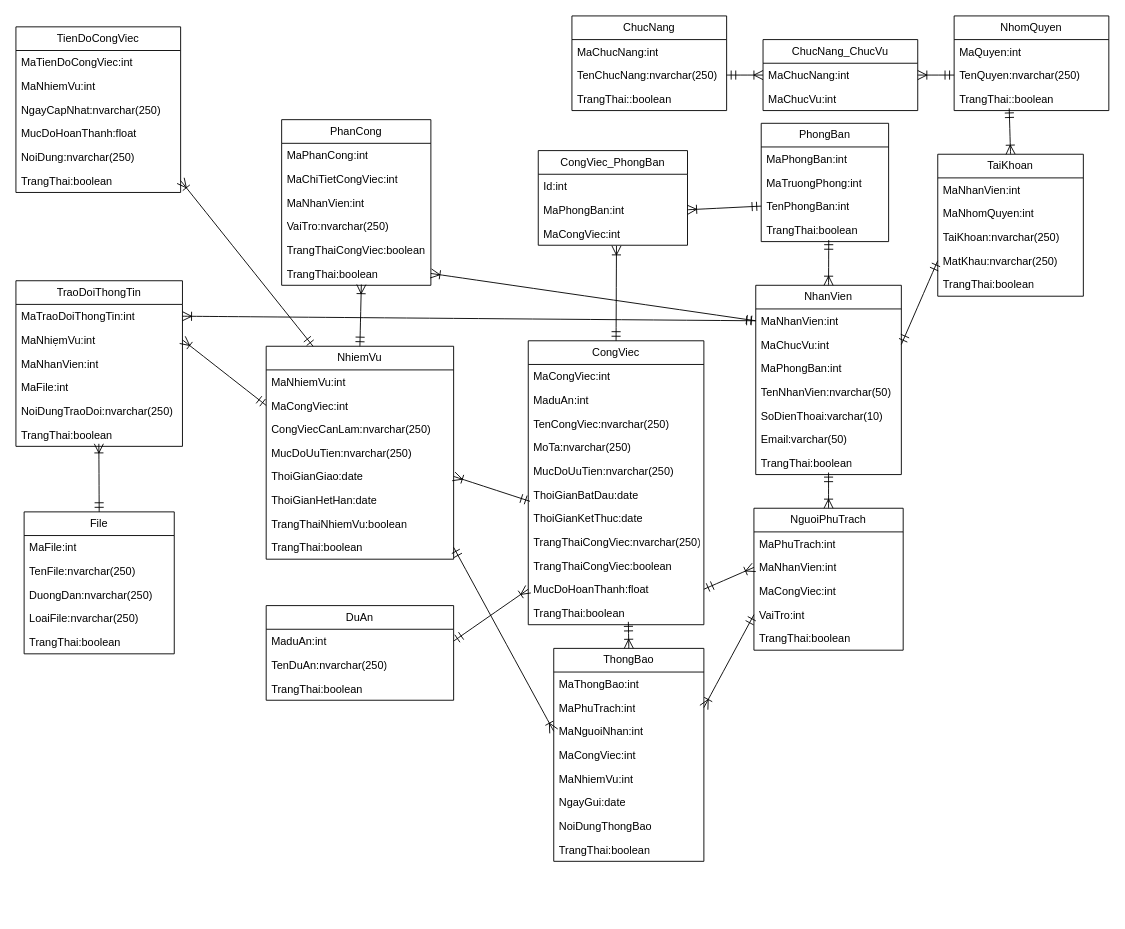
maivantai2003/vercelDemo keeps this draw.io diagram as new dacn+.net.drawio. Above is the earlier version. Source tidied: cells renumbered, new cells numbered last; positions are measured from the earlier drawing's top-left corner, leaving out a move shared by most shapes. Both pictures are drawn from the tidied source at 91%, with x=0, y=0 at pixel (15, 15).
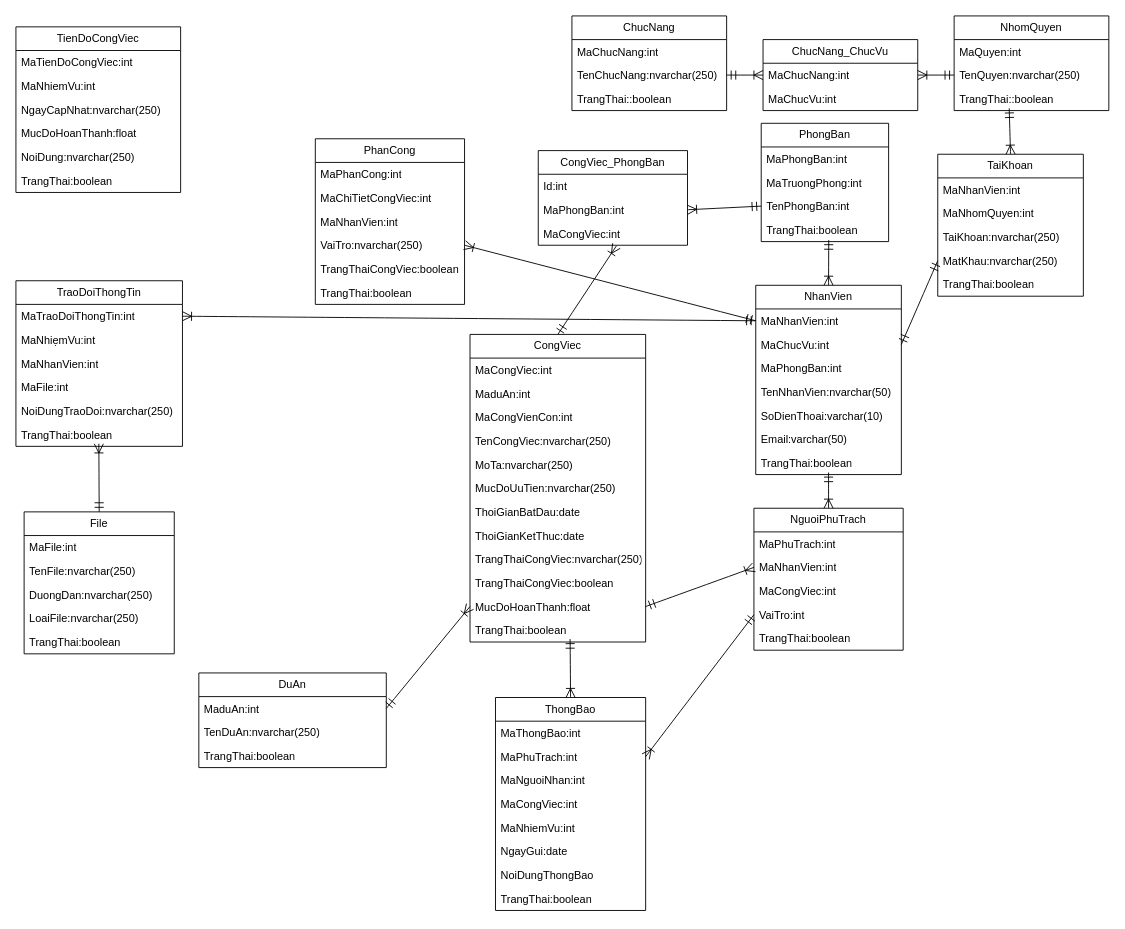
The same page after the edit.

Commit message (it also covers changes not shown here):
Cập nhật new dacn+.net.drawio

Unchanged cells that the change refers to:
```xml
<mxCell id="46" value="MaNhanVien:int" style="text;strokeColor=none;fillColor=none;align=left;verticalAlign=top;spacingLeft=4;spacingRight=4;overflow=hidden;points=[[0,0.5],[1,0.5]];portConstraint=eastwest;whiteSpace=wrap;html=1;" parent="45" vertex="1">
  <mxGeometry y="26" width="160" height="26" as="geometry" />
</mxCell>
<mxCell id="70" value="VaiTro:nvarchar(250)" style="text;strokeColor=none;fillColor=none;align=left;verticalAlign=top;spacingLeft=4;spacingRight=4;overflow=hidden;points=[[0,0.5],[1,0.5]];portConstraint=eastwest;whiteSpace=wrap;html=1;" parent="66" vertex="1">
  <mxGeometry y="104" width="164" height="26" as="geometry" />
</mxCell>
<mxCell id="72" value="TrangThai:boolean" style="text;strokeColor=none;fillColor=none;align=left;verticalAlign=top;spacingLeft=4;spacingRight=4;overflow=hidden;points=[[0,0.5],[1,0.5]];portConstraint=eastwest;whiteSpace=wrap;html=1;" parent="66" vertex="1">
  <mxGeometry y="156" width="164" height="26" as="geometry" />
</mxCell>
<mxCell id="85" value="MaNhiẹmVu:int" style="text;strokeColor=none;fillColor=none;align=left;verticalAlign=top;spacingLeft=4;spacingRight=4;overflow=hidden;points=[[0,0.5],[1,0.5]];portConstraint=eastwest;whiteSpace=wrap;html=1;" parent="83" vertex="1">
  <mxGeometry y="52" width="183" height="26" as="geometry" />
</mxCell>
<mxCell id="105" value="TrangThai:boolean" style="text;strokeColor=none;fillColor=none;align=left;verticalAlign=top;spacingLeft=4;spacingRight=4;overflow=hidden;points=[[0,0.5],[1,0.5]];portConstraint=eastwest;whiteSpace=wrap;html=1;" parent="99" vertex="1">
  <mxGeometry y="156" width="181" height="26" as="geometry" />
</mxCell>
<mxCell id="110" value="MaNguoiNhan:int" style="text;strokeColor=none;fillColor=none;align=left;verticalAlign=top;spacingLeft=4;spacingRight=4;overflow=hidden;points=[[0,0.5],[1,0.5]];portConstraint=eastwest;whiteSpace=wrap;html=1;" parent="107" vertex="1">
  <mxGeometry y="78" width="165" height="26" as="geometry" />
</mxCell>
```

Change to the diagram source:
```diff
@@
     <mxCell id="14" value="CongViec" style="swimlane;fontStyle=0;horizontal=1;startSize=26;fillColor=none;whiteSpace=wrap;html=1;" parent="1" vertex="1">
-      <mxGeometry x="563" y="357" width="193" height="312" as="geometry" />
+      <mxGeometry x="499" y="350" width="193" height="338" as="geometry" />
     </mxCell>
@@
+    <mxCell id="124" value="MaCongVienCon:int" style="text;strokeColor=none;fillColor=none;align=left;verticalAlign=top;spacingLeft=4;spacingRight=4;overflow=hidden;whiteSpace=wrap;html=1;" parent="14" vertex="1">
+      <mxGeometry y="78" width="193" height="26" as="geometry" />
+    </mxCell>
     <mxCell id="17" value="TenCongViec:nvarchar(250)" style="text;strokeColor=none;fillColor=none;align=left;verticalAlign=top;spacingLeft=4;spacingRight=4;overflow=hidden;whiteSpace=wrap;html=1;" parent="14" vertex="1">
-      <mxGeometry y="78" width="193" height="26" as="geometry" />
+      <mxGeometry y="104" width="193" height="26" as="geometry" />
     </mxCell>
     <mxCell id="18" value="MoTa:nvarchar(250)" style="text;strokeColor=none;fillColor=none;align=left;verticalAlign=top;spacingLeft=4;spacingRight=4;overflow=hidden;whiteSpace=wrap;html=1;" parent="14" vertex="1">
-      <mxGeometry y="104" width="193" height="26" as="geometry" />
+      <mxGeometry y="130" width="193" height="26" as="geometry" />
     </mxCell>
     <mxCell id="19" value="MucDoUuTien:nvarchar(250)" style="text;strokeColor=none;fillColor=none;align=left;verticalAlign=top;spacingLeft=4;spacingRight=4;overflow=hidden;whiteSpace=wrap;html=1;" parent="14" vertex="1">
-      <mxGeometry y="130" width="193" height="26" as="geometry" />
+      <mxGeometry y="156" width="193" height="26" as="geometry" />
     </mxCell>
     <mxCell id="20" value="ThoiGianBatDau:date" style="text;strokeColor=none;fillColor=none;align=left;verticalAlign=top;spacingLeft=4;spacingRight=4;overflow=hidden;points=[[0,0.5],[1,0.5]];portConstraint=eastwest;whiteSpace=wrap;html=1;" parent="14" vertex="1">
-      <mxGeometry y="156" width="193" height="26" as="geometry" />
+      <mxGeometry y="182" width="193" height="26" as="geometry" />
     </mxCell>
     <mxCell id="21" value="ThoiGianKetThuc:date" style="text;strokeColor=none;fillColor=none;align=left;verticalAlign=top;spacingLeft=4;spacingRight=4;overflow=hidden;whiteSpace=wrap;html=1;" parent="14" vertex="1">
-      <mxGeometry y="182" width="193" height="26" as="geometry" />
+      <mxGeometry y="208" width="193" height="26" as="geometry" />
     </mxCell>
     <mxCell id="22" value="TrangThaiCongViec:nvarchar(250)" style="text;strokeColor=none;fillColor=none;align=left;verticalAlign=top;spacingLeft=4;spacingRight=4;overflow=hidden;whiteSpace=wrap;html=1;" parent="14" vertex="1">
-      <mxGeometry y="208" width="193" height="26" as="geometry" />
+      <mxGeometry y="234" width="193" height="26" as="geometry" />
     </mxCell>
     <mxCell id="23" value="TrangThaiCongViec:boolean" style="text;strokeColor=none;fillColor=none;align=left;verticalAlign=top;spacingLeft=4;spacingRight=4;overflow=hidden;whiteSpace=wrap;html=1;" parent="14" vertex="1">
-      <mxGeometry y="234" width="193" height="26" as="geometry" />
+      <mxGeometry y="260" width="193" height="26" as="geometry" />
     </mxCell>
     <mxCell id="24" value="MucDoHoanThanh:float" style="text;strokeColor=none;fillColor=none;align=left;verticalAlign=top;spacingLeft=4;spacingRight=4;overflow=hidden;points=[[0,0.5],[1,0.5]];portConstraint=eastwest;whiteSpace=wrap;html=1;" parent="14" vertex="1">
-      <mxGeometry y="260" width="193" height="26" as="geometry" />
+      <mxGeometry y="286" width="193" height="26" as="geometry" />
     </mxCell>
     <mxCell id="25" value="TrangThai:boolean" style="text;strokeColor=none;fillColor=none;align=left;verticalAlign=top;spacingLeft=4;spacingRight=4;overflow=hidden;points=[[0,0.5],[1,0.5]];portConstraint=eastwest;whiteSpace=wrap;html=1;" parent="14" vertex="1">
-      <mxGeometry y="286" width="193" height="26" as="geometry" />
+      <mxGeometry y="312" width="193" height="26" as="geometry" />
     </mxCell>
@@
-    <mxCell id="56" value="NhiemVu" style="swimlane;fontStyle=0;horizontal=1;startSize=26;fillColor=none;whiteSpace=wrap;html=1;" parent="1" vertex="1">
-      <mxGeometry x="275" y="363" width="206" height="234" as="geometry" />
-    </mxCell>
-    <mxCell id="57" value="MaNhiemVu:int" style="text;strokeColor=none;fillColor=none;align=left;verticalAlign=top;spacingLeft=4;spacingRight=4;overflow=hidden;whiteSpace=wrap;html=1;" parent="56" vertex="1">
-      <mxGeometry y="26" width="206" height="26" as="geometry" />
-    </mxCell>
-    <mxCell id="58" value="MaCongViec:int" style="text;strokeColor=none;fillColor=none;align=left;verticalAlign=top;spacingLeft=4;spacingRight=4;overflow=hidden;points=[[0,0.5],[1,0.5]];portConstraint=eastwest;whiteSpace=wrap;html=1;" parent="56" vertex="1">
-      <mxGeometry y="52" width="206" height="26" as="geometry" />
-    </mxCell>
-    <mxCell id="59" value="CongViecCanLam:nvarchar(250)" style="text;strokeColor=none;fillColor=none;align=left;verticalAlign=top;spacingLeft=4;spacingRight=4;overflow=hidden;whiteSpace=wrap;html=1;" parent="56" vertex="1">
-      <mxGeometry y="78" width="206" height="26" as="geometry" />
-    </mxCell>
-    <mxCell id="60" value="MucDoUuTien:nvarchar(250)" style="text;strokeColor=none;fillColor=none;align=left;verticalAlign=top;spacingLeft=4;spacingRight=4;overflow=hidden;whiteSpace=wrap;html=1;" parent="56" vertex="1">
-      <mxGeometry y="104" width="206" height="26" as="geometry" />
-    </mxCell>
-    <mxCell id="61" value="ThoiGianGiao:date" style="text;strokeColor=none;fillColor=none;align=left;verticalAlign=top;spacingLeft=4;spacingRight=4;overflow=hidden;points=[[0,0.5],[1,0.5]];portConstraint=eastwest;whiteSpace=wrap;html=1;" parent="56" vertex="1">
-      <mxGeometry y="130" width="206" height="26" as="geometry" />
-    </mxCell>
-    <mxCell id="62" value="ThoiGianHetHan:date" style="text;strokeColor=none;fillColor=none;align=left;verticalAlign=top;spacingLeft=4;spacingRight=4;overflow=hidden;whiteSpace=wrap;html=1;" parent="56" vertex="1">
-      <mxGeometry y="156" width="206" height="26" as="geometry" />
-    </mxCell>
-    <mxCell id="63" value="TrangThaiNhiemVu:boolean" style="text;strokeColor=none;fillColor=none;align=left;verticalAlign=top;spacingLeft=4;spacingRight=4;overflow=hidden;whiteSpace=wrap;html=1;" parent="56" vertex="1">
-      <mxGeometry y="182" width="206" height="26" as="geometry" />
-    </mxCell>
-    <mxCell id="64" value="TrangThai:boolean" style="text;strokeColor=none;fillColor=none;align=left;verticalAlign=top;spacingLeft=4;spacingRight=4;overflow=hidden;points=[[0,0.5],[1,0.5]];portConstraint=eastwest;whiteSpace=wrap;html=1;" parent="56" vertex="1">
-      <mxGeometry y="208" width="206" height="26" as="geometry" />
-    </mxCell>
-    <mxCell id="65" style="edgeStyle=none;curved=1;rounded=0;jettySize=auto;html=1;exitX=1;exitY=0.5;exitDx=0;exitDy=0;entryX=0.01;entryY=0.785;entryDx=0;entryDy=0;entryPerimeter=0;fontSize=12;startSize=8;endSize=8;startArrow=ERoneToMany;startFill=0;endArrow=ERmandOne;endFill=0;" parent="1" edge="1" source="61" target="20">
-      <mxGeometry relative="1" as="geometry" />
-    </mxCell>
     <mxCell id="66" value="PhanCong" style="swimlane;fontStyle=0;horizontal=1;startSize=26;fillColor=none;whiteSpace=wrap;html=1;" parent="1" vertex="1">
-      <mxGeometry x="292" y="114" width="164" height="182" as="geometry" />
+      <mxGeometry x="329" y="135" width="164" height="182" as="geometry" />
     </mxCell>
@@
-    <mxCell id="73" style="edgeStyle=none;curved=1;rounded=0;jettySize=auto;html=1;exitX=1;exitY=0.5;exitDx=0;exitDy=0;entryX=0;entryY=0.5;entryDx=0;entryDy=0;fontSize=12;startSize=8;endSize=8;startArrow=ERoneToMany;startFill=0;endArrow=ERmandOne;endFill=0;" parent="1" edge="1" source="72" target="46">
+    <mxCell id="73" style="edgeStyle=none;curved=1;rounded=0;jettySize=auto;html=1;exitX=1;exitY=0.5;exitDx=0;exitDy=0;entryX=0;entryY=0.5;entryDx=0;entryDy=0;fontSize=12;startSize=8;endSize=8;startArrow=ERoneToMany;startFill=0;endArrow=ERmandOne;endFill=0;" parent="1" edge="1" source="70" target="46">
       <mxGeometry relative="1" as="geometry" />
     </mxCell>
-    <mxCell id="74" style="edgeStyle=none;curved=1;rounded=0;jettySize=auto;html=1;exitX=0.5;exitY=0;exitDx=0;exitDy=0;entryX=0.534;entryY=0.969;entryDx=0;entryDy=0;entryPerimeter=0;fontSize=12;startSize=8;endSize=8;endArrow=ERoneToMany;endFill=0;startArrow=ERmandOne;startFill=0;" parent="1" edge="1" source="56" target="72">
-      <mxGeometry relative="1" as="geometry" />
-    </mxCell>
@@
-    <mxCell id="96" style="edgeStyle=none;curved=1;rounded=0;jettySize=auto;html=1;exitX=1;exitY=0.5;exitDx=0;exitDy=0;entryX=0;entryY=0.5;entryDx=0;entryDy=0;fontSize=12;startSize=8;endSize=8;startArrow=ERoneToMany;startFill=0;endArrow=ERmandOne;endFill=0;" parent="1" edge="1" source="85" target="58">
-      <mxGeometry relative="1" as="geometry" />
-    </mxCell>
@@
-    <mxCell id="106" style="edgeStyle=none;curved=1;rounded=0;jettySize=auto;html=1;exitX=1;exitY=0.5;exitDx=0;exitDy=0;entryX=0.25;entryY=0;entryDx=0;entryDy=0;fontSize=12;startSize=8;endSize=8;startArrow=ERoneToMany;startFill=0;endArrow=ERmandOne;endFill=0;" parent="1" edge="1" source="105" target="56">
-      <mxGeometry relative="1" as="geometry" />
-    </mxCell>
     <mxCell id="107" value="ThongBao" style="swimlane;fontStyle=0;horizontal=1;startSize=26;fillColor=none;whiteSpace=wrap;html=1;" parent="1" vertex="1">
-      <mxGeometry x="591" y="695" width="165" height="234" as="geometry" />
+      <mxGeometry x="527" y="749" width="165" height="234" as="geometry" />
     </mxCell>
@@
-    <mxCell id="118" style="edgeStyle=none;curved=1;rounded=0;jettySize=auto;html=1;exitX=0;exitY=0.5;exitDx=0;exitDy=0;entryX=1;entryY=0.5;entryDx=0;entryDy=0;fontSize=12;startSize=8;endSize=8;startArrow=ERoneToMany;startFill=0;endArrow=ERmandOne;endFill=0;" parent="1" edge="1" source="110" target="64">
-      <mxGeometry relative="1" as="geometry" />
-    </mxCell>
     <mxCell id="119" value="DuAn" style="swimlane;fontStyle=0;horizontal=1;startSize=26;fillColor=none;whiteSpace=wrap;html=1;" parent="1" vertex="1">
-      <mxGeometry x="275" y="648" width="206" height="104" as="geometry" />
+      <mxGeometry x="201" y="722" width="206" height="104" as="geometry" />
     </mxCell>
```
